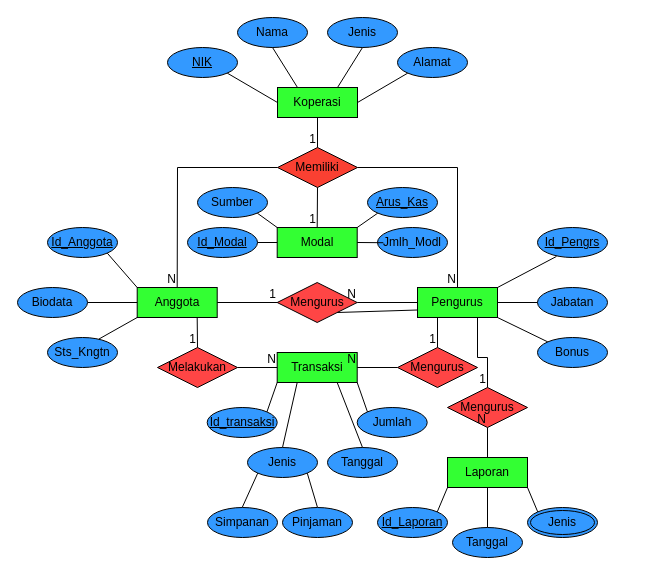
Earlier version of the draw.io diagram Koperasi.drawio (yogadwipayana/ERD). Source tidied: cells renumbered, new cells numbered last; positions are measured from the earlier drawing's top-left corner, leaving out a move shared by most shapes. Both pictures are drawn from the tidied source at 100%, with x=0, y=0 at pixel (17, 17).
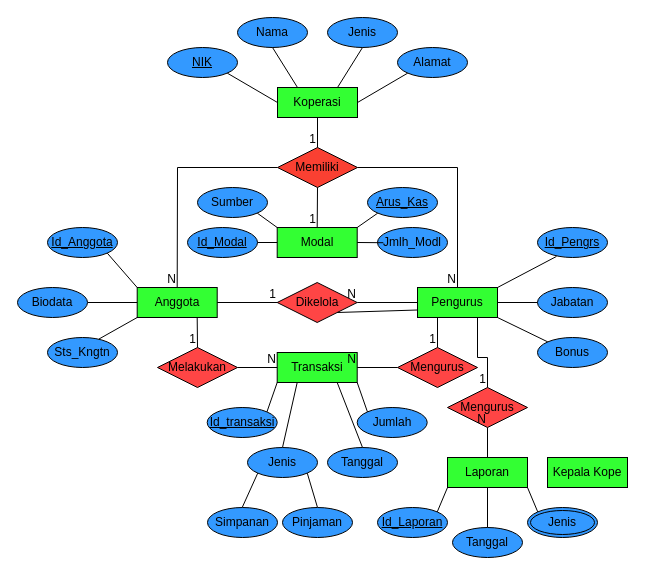
After the change.

Diff of the diagram source:
```diff
@@
-    <mxCell id="40" value="Mengurus" style="shape=rhombus;perimeter=rhombusPerimeter;whiteSpace=wrap;html=1;align=center;fillColor=#FF4545;" parent="1" vertex="1">
+    <mxCell id="40" value="Dikelola" style="shape=rhombus;perimeter=rhombusPerimeter;whiteSpace=wrap;html=1;align=center;fillColor=#FF4545;" parent="1" vertex="1">
       <mxGeometry x="259.7" y="265" width="80" height="40" as="geometry" />
     </mxCell>
@@
+    <mxCell id="85" value="Kepala Kope" style="whiteSpace=wrap;html=1;align=center;fillColor=#33FF33;" parent="1" vertex="1">
+      <mxGeometry x="530" y="440" width="80" height="30" as="geometry" />
+    </mxCell>
```
